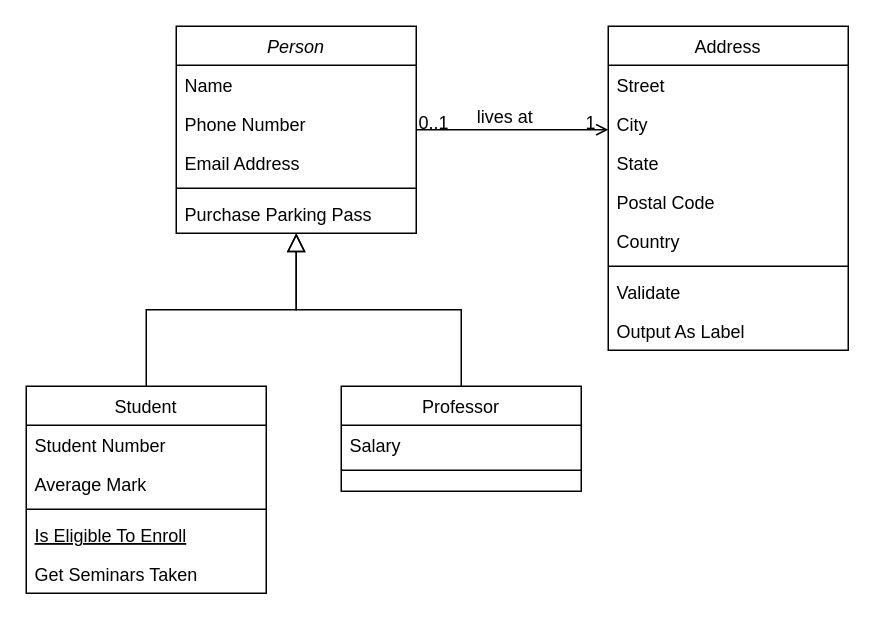
Before: Untitled Diagram.drawio in ColdSunday11037/AlgorithmGeneticCities, a draw.io diagram. Source tidied: cells renumbered, new cells numbered last; positions are measured from the earlier drawing's top-left corner, leaving out a move shared by most shapes. Both pictures are drawn from the tidied source at 150%, with x=0, y=0 at pixel (26, 26).
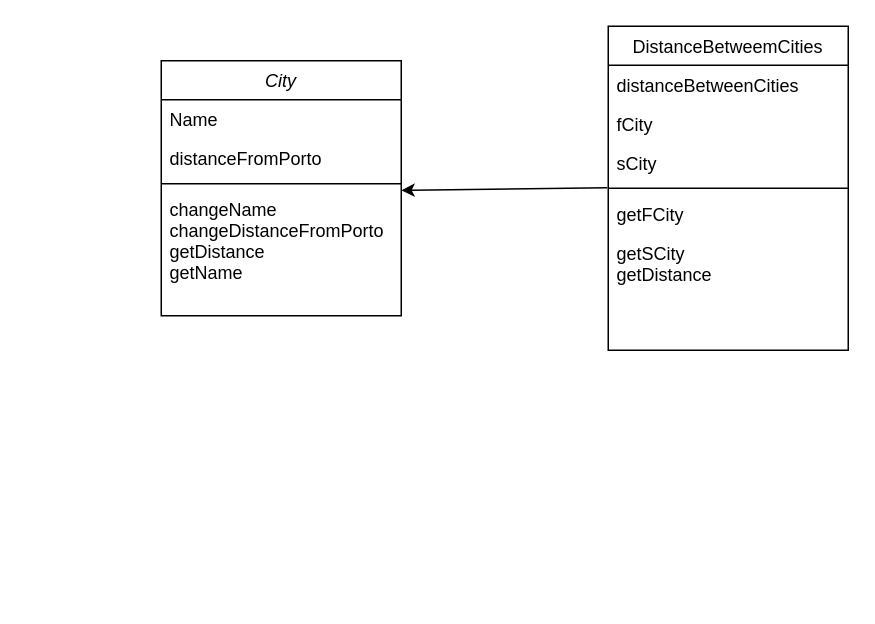
The same page after the edit.

Change to the diagram source:
```diff
@@
-    <mxCell id="2" value="Person" style="swimlane;fontStyle=2;align=center;verticalAlign=top;horizontal=1;startSize=26;rounded=0;shadow=0;strokeWidth=1;" parent="1" vertex="1">
-      <mxGeometry x="100" width="160" height="138" as="geometry" />
+    <mxCell id="2" value="City" style="swimlane;fontStyle=2;align=center;verticalAlign=top;horizontal=1;startSize=26;rounded=0;shadow=0;strokeWidth=1;" parent="1" vertex="1">
+      <mxGeometry x="90" y="23" width="160" height="170" as="geometry" />
     </mxCell>
@@
-    <mxCell id="4" value="Phone Number" style="text;align=left;verticalAlign=top;spacingLeft=4;spacingRight=4;overflow=hidden;rounded=0;shadow=0;html=0;" parent="2" vertex="1">
+    <mxCell id="4" value="distanceFromPorto" style="text;align=left;verticalAlign=top;spacingLeft=4;spacingRight=4;overflow=hidden;rounded=0;shadow=0;html=0;" parent="2" vertex="1">
       <mxGeometry y="52" width="160" height="26" as="geometry" />
     </mxCell>
-    <mxCell id="5" value="Email Address" style="text;align=left;verticalAlign=top;spacingLeft=4;spacingRight=4;overflow=hidden;rounded=0;shadow=0;html=0;" parent="2" vertex="1">
-      <mxGeometry y="78" width="160" height="26" as="geometry" />
-    </mxCell>
     <mxCell id="6" style="line;html=1;strokeWidth=1;align=left;verticalAlign=middle;spacingTop=-1;spacingLeft=3;spacingRight=3;labelPosition=right;" parent="2" vertex="1">
-      <mxGeometry y="104" width="160" height="8" as="geometry" />
+      <mxGeometry y="78" width="160" height="8" as="geometry" />
     </mxCell>
-    <mxCell id="7" value="Purchase Parking Pass" style="text;align=left;verticalAlign=top;spacingLeft=4;spacingRight=4;overflow=hidden;" parent="2" vertex="1">
-      <mxGeometry y="112" width="160" height="26" as="geometry" />
+    <mxCell id="7" value="changeName&#10;changeDistanceFromPorto&#10;getDistance&#10;getName" style="text;align=left;verticalAlign=top;spacingLeft=4;spacingRight=4;overflow=hidden;" parent="2" vertex="1">
+      <mxGeometry y="86" width="160" height="74" as="geometry" />
     </mxCell>
-    <mxCell id="8" value="Student" style="swimlane;fontStyle=0;align=center;verticalAlign=top;horizontal=1;startSize=26;rounded=0;shadow=0;strokeWidth=1;" parent="1" vertex="1">
-      <mxGeometry y="240" width="160" height="138" as="geometry" />
-    </mxCell>
-    <mxCell id="9" value="Student Number" style="text;align=left;verticalAlign=top;spacingLeft=4;spacingRight=4;overflow=hidden;" parent="8" vertex="1">
-      <mxGeometry y="26" width="160" height="26" as="geometry" />
-    </mxCell>
-    <mxCell id="10" value="Average Mark" style="text;align=left;verticalAlign=top;spacingLeft=4;spacingRight=4;overflow=hidden;rounded=0;shadow=0;html=0;" parent="8" vertex="1">
-      <mxGeometry y="52" width="160" height="26" as="geometry" />
-    </mxCell>
-    <mxCell id="11" style="line;html=1;strokeWidth=1;align=left;verticalAlign=middle;spacingTop=-1;spacingLeft=3;spacingRight=3;labelPosition=right;" parent="8" vertex="1">
-      <mxGeometry y="78" width="160" height="8" as="geometry" />
-    </mxCell>
-    <mxCell id="12" value="Is Eligible To Enroll" style="text;align=left;verticalAlign=top;spacingLeft=4;spacingRight=4;overflow=hidden;fontStyle=4;" parent="8" vertex="1">
-      <mxGeometry y="86" width="160" height="26" as="geometry" />
-    </mxCell>
-    <mxCell id="13" value="Get Seminars Taken" style="text;align=left;verticalAlign=top;spacingLeft=4;spacingRight=4;overflow=hidden;" parent="8" vertex="1">
-      <mxGeometry y="112" width="160" height="26" as="geometry" />
-    </mxCell>
-    <mxCell id="14" style="endArrow=block;endSize=10;endFill=0;shadow=0;strokeWidth=1;rounded=0;curved=0;edgeStyle=elbowEdgeStyle;elbow=vertical;" parent="1" edge="1" source="8" target="2">
-      <mxGeometry relative="1" as="geometry" />
-    </mxCell>
-    <mxCell id="15" value="Professor" style="swimlane;fontStyle=0;align=center;verticalAlign=top;horizontal=1;startSize=26;rounded=0;shadow=0;strokeWidth=1;" parent="1" vertex="1">
-      <mxGeometry x="210" y="240" width="160" height="70" as="geometry" />
-    </mxCell>
-    <mxCell id="16" value="Salary" style="text;align=left;verticalAlign=top;spacingLeft=4;spacingRight=4;overflow=hidden;" parent="15" vertex="1">
-      <mxGeometry y="26" width="160" height="26" as="geometry" />
-    </mxCell>
-    <mxCell id="17" style="line;html=1;strokeWidth=1;align=left;verticalAlign=middle;spacingTop=-1;spacingLeft=3;spacingRight=3;labelPosition=right;" parent="15" vertex="1">
-      <mxGeometry y="52" width="160" height="8" as="geometry" />
-    </mxCell>
-    <mxCell id="18" style="endArrow=block;endSize=10;endFill=0;shadow=0;strokeWidth=1;rounded=0;curved=0;edgeStyle=elbowEdgeStyle;elbow=vertical;" parent="1" edge="1" source="15" target="2">
-      <mxGeometry relative="1" as="geometry" />
-    </mxCell>
-    <mxCell id="19" value="Address" style="swimlane;fontStyle=0;align=center;verticalAlign=top;horizontal=1;startSize=26;rounded=0;shadow=0;strokeWidth=1;" parent="1" vertex="1">
+    <mxCell id="19" value="DistanceBetweemCities" style="swimlane;fontStyle=0;align=center;verticalAlign=top;horizontal=1;startSize=26;rounded=0;shadow=0;strokeWidth=1;" parent="1" vertex="1">
       <mxGeometry x="388" width="160" height="216" as="geometry" />
     </mxCell>
-    <mxCell id="20" value="Street" style="text;align=left;verticalAlign=top;spacingLeft=4;spacingRight=4;overflow=hidden;" parent="19" vertex="1">
+    <mxCell id="20" value="distanceBetweenCities" style="text;align=left;verticalAlign=top;spacingLeft=4;spacingRight=4;overflow=hidden;" parent="19" vertex="1">
       <mxGeometry y="26" width="160" height="26" as="geometry" />
     </mxCell>
-    <mxCell id="21" value="City" style="text;align=left;verticalAlign=top;spacingLeft=4;spacingRight=4;overflow=hidden;rounded=0;shadow=0;html=0;" parent="19" vertex="1">
+    <mxCell id="21" value="fCity" style="text;align=left;verticalAlign=top;spacingLeft=4;spacingRight=4;overflow=hidden;rounded=0;shadow=0;html=0;" parent="19" vertex="1">
       <mxGeometry y="52" width="160" height="26" as="geometry" />
     </mxCell>
-    <mxCell id="22" value="State" style="text;align=left;verticalAlign=top;spacingLeft=4;spacingRight=4;overflow=hidden;points=[[0,0.5],[1,0.5]];portConstraint=eastwest;rounded=0;shadow=0;html=0;" parent="19" vertex="1">
+    <mxCell id="22" value="sCity" style="text;align=left;verticalAlign=top;spacingLeft=4;spacingRight=4;overflow=hidden;points=[[0,0.5],[1,0.5]];portConstraint=eastwest;rounded=0;shadow=0;html=0;" parent="19" vertex="1">
       <mxGeometry y="78" width="160" height="26" as="geometry" />
     </mxCell>
-    <mxCell id="23" value="Postal Code" style="text;align=left;verticalAlign=top;spacingLeft=4;spacingRight=4;overflow=hidden;rounded=0;shadow=0;html=0;" parent="19" vertex="1">
-      <mxGeometry y="104" width="160" height="26" as="geometry" />
-    </mxCell>
-    <mxCell id="24" value="Country" style="text;align=left;verticalAlign=top;spacingLeft=4;spacingRight=4;overflow=hidden;rounded=0;shadow=0;html=0;" parent="19" vertex="1">
-      <mxGeometry y="130" width="160" height="26" as="geometry" />
-    </mxCell>
     <mxCell id="25" style="line;html=1;strokeWidth=1;align=left;verticalAlign=middle;spacingTop=-1;spacingLeft=3;spacingRight=3;labelPosition=right;" parent="19" vertex="1">
-      <mxGeometry y="156" width="160" height="8" as="geometry" />
+      <mxGeometry y="104" width="160" height="8" as="geometry" />
     </mxCell>
-    <mxCell id="26" value="Validate" style="text;align=left;verticalAlign=top;spacingLeft=4;spacingRight=4;overflow=hidden;" parent="19" vertex="1">
-      <mxGeometry y="164" width="160" height="26" as="geometry" />
+    <mxCell id="26" value="getFCity" style="text;align=left;verticalAlign=top;spacingLeft=4;spacingRight=4;overflow=hidden;" parent="19" vertex="1">
+      <mxGeometry y="112" width="160" height="26" as="geometry" />
     </mxCell>
-    <mxCell id="27" value="Output As Label" style="text;align=left;verticalAlign=top;spacingLeft=4;spacingRight=4;overflow=hidden;" parent="19" vertex="1">
-      <mxGeometry y="190" width="160" height="26" as="geometry" />
+    <mxCell id="27" value="getSCity&#10;getDistance" style="text;align=left;verticalAlign=top;spacingLeft=4;spacingRight=4;overflow=hidden;" parent="19" vertex="1">
+      <mxGeometry y="138" width="160" height="42" as="geometry" />
     </mxCell>
-    <mxCell id="28" style="endArrow=open;shadow=0;strokeWidth=1;rounded=0;curved=0;endFill=1;edgeStyle=elbowEdgeStyle;elbow=vertical;" parent="1" edge="1" source="2" target="19">
-      <mxGeometry x="0.5" y="41" relative="1" as="geometry">
-        <mxPoint x="-40" y="32" as="offset" />
-      </mxGeometry>
-    </mxCell>
-    <mxCell id="29" value="0..1" style="align=left;verticalAlign=bottom;labelBackgroundColor=none;fontSize=12;" parent="28" vertex="1">
-      <mxGeometry x="-1" relative="1" as="geometry">
-        <mxPoint y="4" as="offset" />
-      </mxGeometry>
-    </mxCell>
-    <mxCell id="30" value="1" style="align=right;verticalAlign=bottom;labelBackgroundColor=none;fontSize=12;" parent="28" vertex="1">
-      <mxGeometry x="1" relative="1" as="geometry">
-        <mxPoint x="-7" y="4" as="offset" />
-      </mxGeometry>
-    </mxCell>
-    <mxCell id="31" value="lives at" style="text;html=1;align=center;verticalAlign=middle;labelBackgroundColor=none;rounded=0;shadow=0;strokeWidth=1;fontSize=12;" parent="28" vertex="1">
-      <mxGeometry x="0.5" y="49" relative="1" as="geometry">
-        <mxPoint x="-38" y="40" as="offset" />
-      </mxGeometry>
-    </mxCell>
+    <mxCell id="32" style="endArrow=classic;html=1;rounded=0;exitX=-0.004;exitY=1.143;exitDx=0;exitDy=0;exitPerimeter=0;entryX=0.994;entryY=0.088;entryDx=0;entryDy=0;entryPerimeter=0;" parent="1" edge="1" source="22">
+      <mxGeometry relative="1" as="geometry">
+        <mxPoint x="250" y="109.4" as="targetPoint" />
+      </mxGeometry>
+    </mxCell>
```
